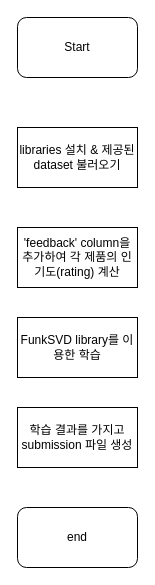
Earlier version of the draw.io diagram Untitled Diagram.drawio (o3od3d/kaggle_H-M). Source tidied: cells renumbered, new cells numbered last; positions are measured from the earlier drawing's top-left corner, leaving out a move shared by most shapes. Both pictures are drawn from the tidied source at 100%, with x=0, y=0 at pixel (17, 17).
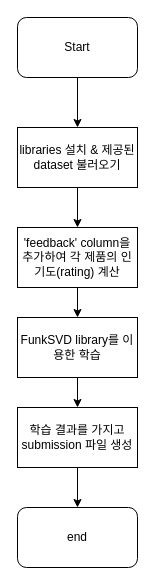
After the change.

Commit message:
mid flow chart

Diff of the diagram source:
```diff
@@
 <mxGraphModel>
   <root>
     <mxCell id="0" />
     <mxCell id="1" parent="0" />
     <mxCell id="2" value="Start" style="rounded=1;whiteSpace=wrap;html=1;" parent="1" vertex="1">
       <mxGeometry width="120" height="60" as="geometry" />
     </mxCell>
     <mxCell id="3" value="libraries 설치 &amp;amp; 제공된 dataset 불러오기" style="rounded=0;whiteSpace=wrap;html=1;" parent="1" vertex="1">
       <mxGeometry y="110" width="120" height="60" as="geometry" />
     </mxCell>
     <mxCell id="4" value="'feedback' column을 추가하여 각 제품의 인기도(rating) 계산" style="rounded=0;whiteSpace=wrap;html=1;" parent="1" vertex="1">
       <mxGeometry y="210" width="120" height="60" as="geometry" />
     </mxCell>
     <mxCell id="5" value="FunkSVD library를 이용한 학습" style="rounded=0;whiteSpace=wrap;html=1;" parent="1" vertex="1">
       <mxGeometry y="300" width="120" height="60" as="geometry" />
     </mxCell>
     <mxCell id="6" value="학습 결과를 가지고 submission 파일 생성" style="rounded=0;whiteSpace=wrap;html=1;" parent="1" vertex="1">
       <mxGeometry y="390" width="120" height="60" as="geometry" />
     </mxCell>
     <mxCell id="7" value="end" style="rounded=1;whiteSpace=wrap;html=1;" parent="1" vertex="1">
       <mxGeometry y="490" width="120" height="60" as="geometry" />
     </mxCell>
+    <mxCell id="8" style="endArrow=classic;html=1;rounded=0;exitX=0.5;exitY=1;exitDx=0;exitDy=0;" parent="1" edge="1" source="2">
+      <mxGeometry relative="1" as="geometry">
+        <mxPoint x="60" y="110" as="targetPoint" />
+      </mxGeometry>
+    </mxCell>
+    <mxCell id="9" style="endArrow=classic;html=1;rounded=0;exitX=0.5;exitY=1;exitDx=0;exitDy=0;" parent="1" edge="1" source="3">
+      <mxGeometry relative="1" as="geometry">
+        <mxPoint x="60" y="210" as="targetPoint" />
+      </mxGeometry>
+    </mxCell>
+    <mxCell id="10" style="endArrow=classic;html=1;rounded=0;exitX=0.5;exitY=1;exitDx=0;exitDy=0;entryX=0.5;entryY=0;entryDx=0;entryDy=0;" parent="1" edge="1" source="4" target="5">
+      <mxGeometry relative="1" as="geometry" />
+    </mxCell>
+    <mxCell id="11" style="endArrow=classic;html=1;rounded=0;exitX=0.5;exitY=1;exitDx=0;exitDy=0;entryX=0.5;entryY=0;entryDx=0;entryDy=0;" parent="1" edge="1" source="5" target="6">
+      <mxGeometry relative="1" as="geometry" />
+    </mxCell>
+    <mxCell id="12" style="endArrow=classic;html=1;rounded=0;exitX=0.5;exitY=1;exitDx=0;exitDy=0;entryX=0.5;entryY=0;entryDx=0;entryDy=0;" parent="1" edge="1" source="6" target="7">
+      <mxGeometry relative="1" as="geometry" />
+    </mxCell>
   </root>
 </mxGraphModel>
```
